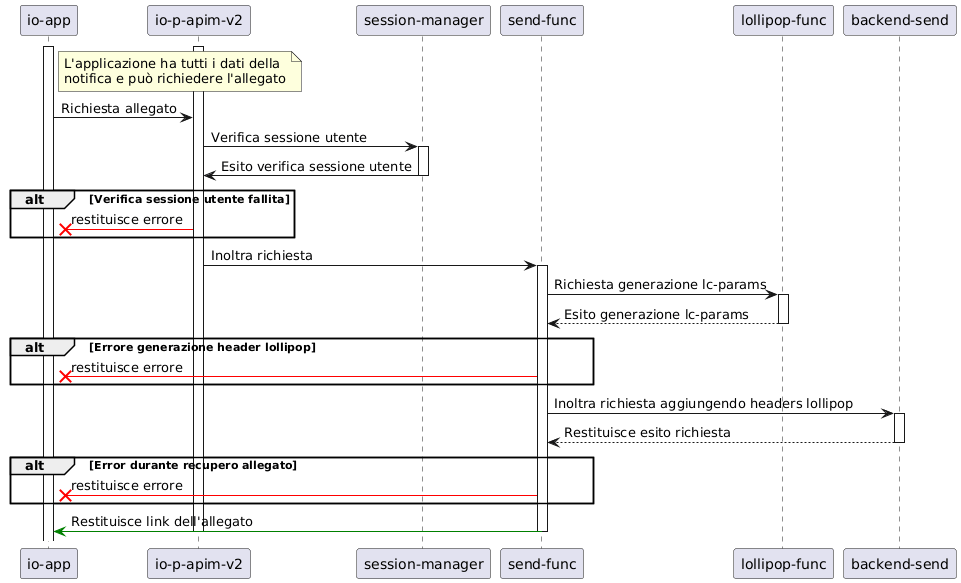
The PlantUML diagram apps/send-func/docs/aar-notification-attachement.png in pagopa/io-messages, before a commit.
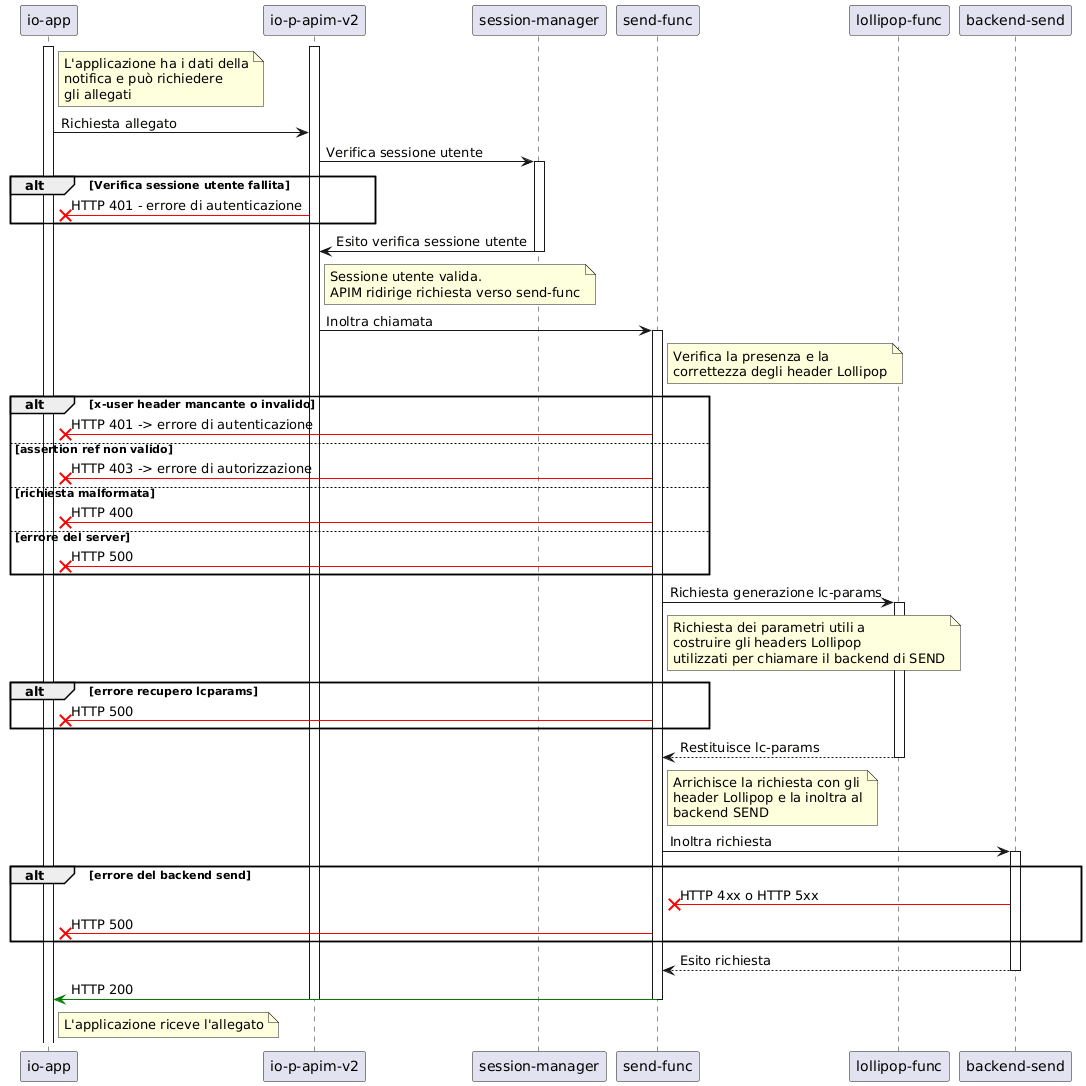
The same file after the commit.

Diff of the diagram source:
```diff
@@ -11,39 +11,86 @@
 activate ioAPIM
 
 note right of ioAPP
-    L'applicazione ha tutti i dati della
-    notifica e può richiedere l'allegato
+    L'applicazione ha i dati della
+    notifica e può richiedere
+    gli allegati
 end note
 
+ioAPP -> ioAPIM: Richiesta allegato
 
-ioAPP -> ioAPIM: Richiesta allegato
 ioAPIM -> sessionManager: Verifica sessione utente
 activate sessionManager
+alt Verifica sessione utente fallita
+    ioAPIM -[#red]x ioAPP: HTTP 401 - errore di autenticazione
+end
 sessionManager -> ioAPIM: Esito verifica sessione utente
 deactivate sessionManager
-alt Verifica sessione utente fallita
-    ioAPIM -[#red]x ioAPP: restituisce errore
-end
-ioAPIM -> sendFunc: Inoltra richiesta
+
+note right of ioAPIM
+  Sessione utente valida.
+  APIM ridirige richiesta verso send-func
+end note
+ioAPIM -> sendFunc: Inoltra chiamata
 
 activate sendFunc
+note right of sendFunc
+  Verifica la presenza e la
+  correttezza degli header Lollipop
+end note
+alt x-user header mancante o invalido
+  sendFunc -[#red]x ioAPP: HTTP 401 -> errore di autenticazione
+else assertion ref non valido
+  sendFunc -[#red]x ioAPP: HTTP 403 -> errore di autorizzazione
+else richiesta malformata
+  sendFunc -[#red]x ioAPP: HTTP 400
+else errore del server
+  sendFunc -[#red]x ioAPP: HTTP 500
+end
+
+
 sendFunc -> lollipopFunc: Richiesta generazione lc-params
+
 activate lollipopFunc
-lollipopFunc --> sendFunc: Esito generazione lc-params
+note right of sendFunc
+  Richiesta dei parametri utili a
+  costruire gli headers Lollipop
+  utilizzati per chiamare il backend di SEND
+end note
+alt errore recupero lcparams
+  sendFunc -[#red]x ioAPP: HTTP 500
+end
+
+
+lollipopFunc --> sendFunc: Restituisce lc-params
 deactivate lollipopFunc
-alt Errore generazione header lollipop
-    sendFunc -[#red]x ioAPP: restituisce errore
+
+
+note right of sendFunc
+  Arrichisce la richiesta con gli
+  header Lollipop e la inoltra al
+  backend SEND
+end note
+sendFunc -> beSEND: Inoltra richiesta
+activate beSEND
+
+alt errore del backend send
+  beSEND -[#red]x sendFunc: HTTP 4xx o HTTP 5xx
+  sendFunc -[#red]x ioAPP: HTTP 500
 end
-sendFunc -> beSEND: Inoltra richiesta aggiungendo headers lollipop
 
-activate beSEND
-beSEND --> sendFunc: Restituisce esito richiesta
+beSEND --> sendFunc: Esito richiesta
 deactivate beSEND
-alt Error durante recupero allegato
-    sendFunc -[#red]x ioAPP: restituisce errore
-end
-sendFunc -[#green]> ioAPP: Restituisce link dell'allegato
+sendFunc -[#green]> ioAPP: HTTP 200
+
 deactivate sendFunc
 deactivate ioAPIM
+deactivate lollipopFunc
 
+
+note right of ioAPP
+L'applicazione riceve l'allegato
+end note
+
+deactivate sendFunc
+deactivate ioAPIM
 @enduml
```
